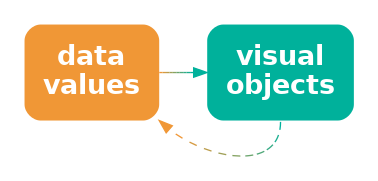
Earlier version of the Graphviz export Diagrams/data-obj-decode.png (pmur002/hdvw). Its source is kept beside it as Diagrams/data-obj-decode.dot.
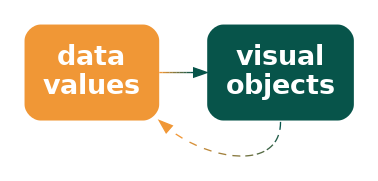
After the commit.

What changed in the source:
```diff
@@ -3,7 +3,7 @@
   node [ fontsize=20; fontname="sans bold"; margin=.2 ];
   data [ label="data\nvalues"; shape=box; style="filled, rounded"; penwidth=0; fontcolor=white; fillcolor="#F09736" ]
   obj [ label="visual\nobjects"; shape=box;
-     style="filled, rounded"; penwidth=0; fontcolor=white; fillcolor="#00B19B" ]
-  data -> obj [ color="#F09736;0.1:#D59A41;0.1:#BB9D4C;0.1:#A0A058;0.1:#85A363;0.1:#6BA56E;0.1:#50A879;0.1:#35AB85;0.1:#1BAE90;0.1:#00B19B;0.1" ]
-  obj:s -> data:se [ style="dashed", color="#00B19B;0.1:#1BAE90;0.1:#35AB85;0.1:#50A879;0.1:#6BA56E;0.1:#85A363;0.1:#A0A058;0.1:#BB9D4C;0.1:#D59A41;0.1:#F09736;0.1" ]
+     style="filled, rounded"; penwidth=0; fontcolor=white; fillcolor="#07544A" ]
+  data -> obj [ color="#F09736;0.1:#D69038;0.1:#BC883A;0.1:#A2813D;0.1:#88793F;0.1:#6F7241;0.1:#556A43;0.1:#3B6346;0.1:#215B48;0.1:#07544A;0.1" ]
+  obj:s -> data:se [ style="dashed", color="#07544A;0.1:#215B48;0.1:#3B6346;0.1:#556A43;0.1:#6F7241;0.1:#88793F;0.1:#A2813D;0.1:#BC883A;0.1:#D69038;0.1:#F09736;0.1" ]
 }
```
